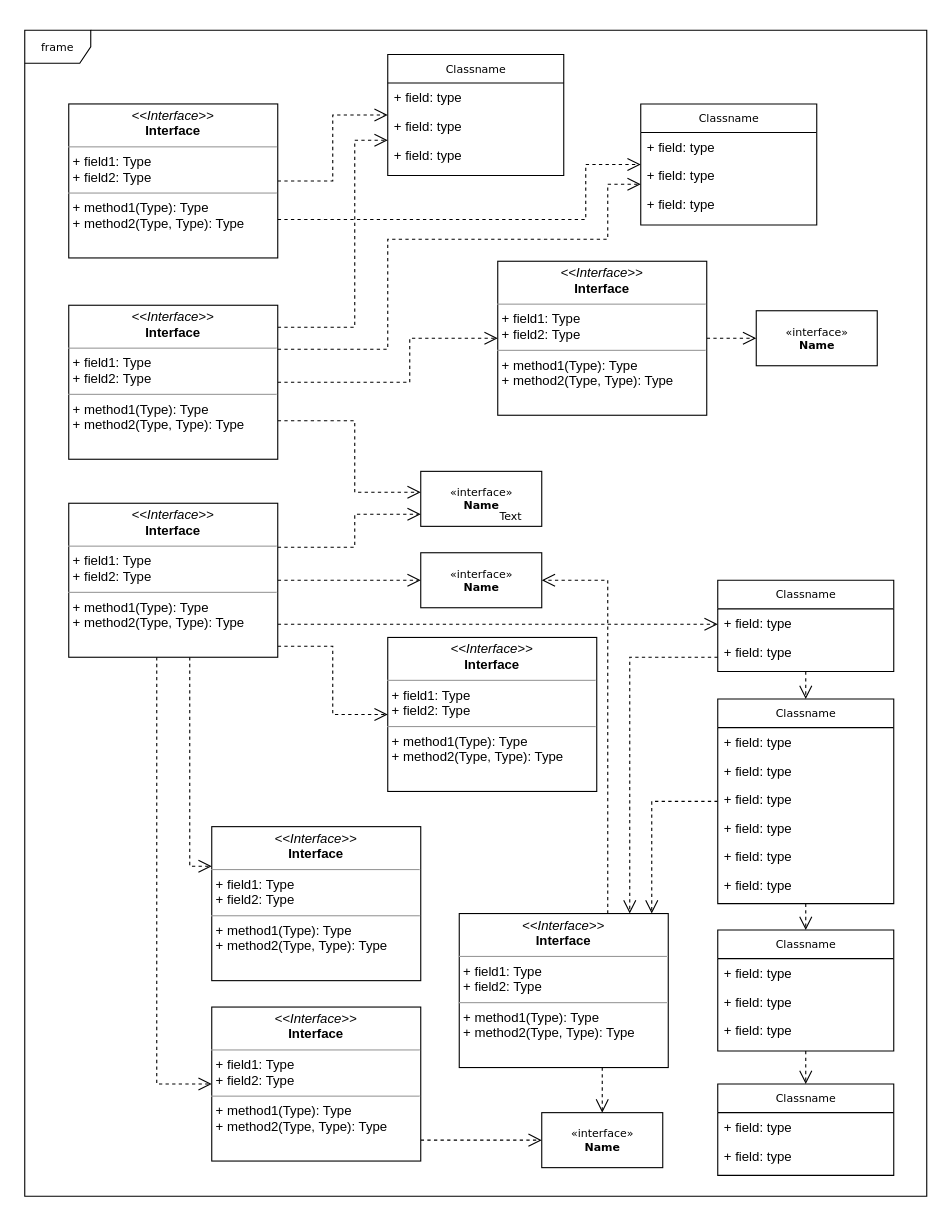
Earlier version of the draw.io diagram Untitled Diagram.drawio (MiFista01/aaa). Source tidied: cells renumbered, new cells numbered last; positions are measured from the earlier drawing's top-left corner, leaving out a move shared by most shapes. Both pictures are drawn from the tidied source at 110%, with x=0, y=0 at pixel (24, 30).
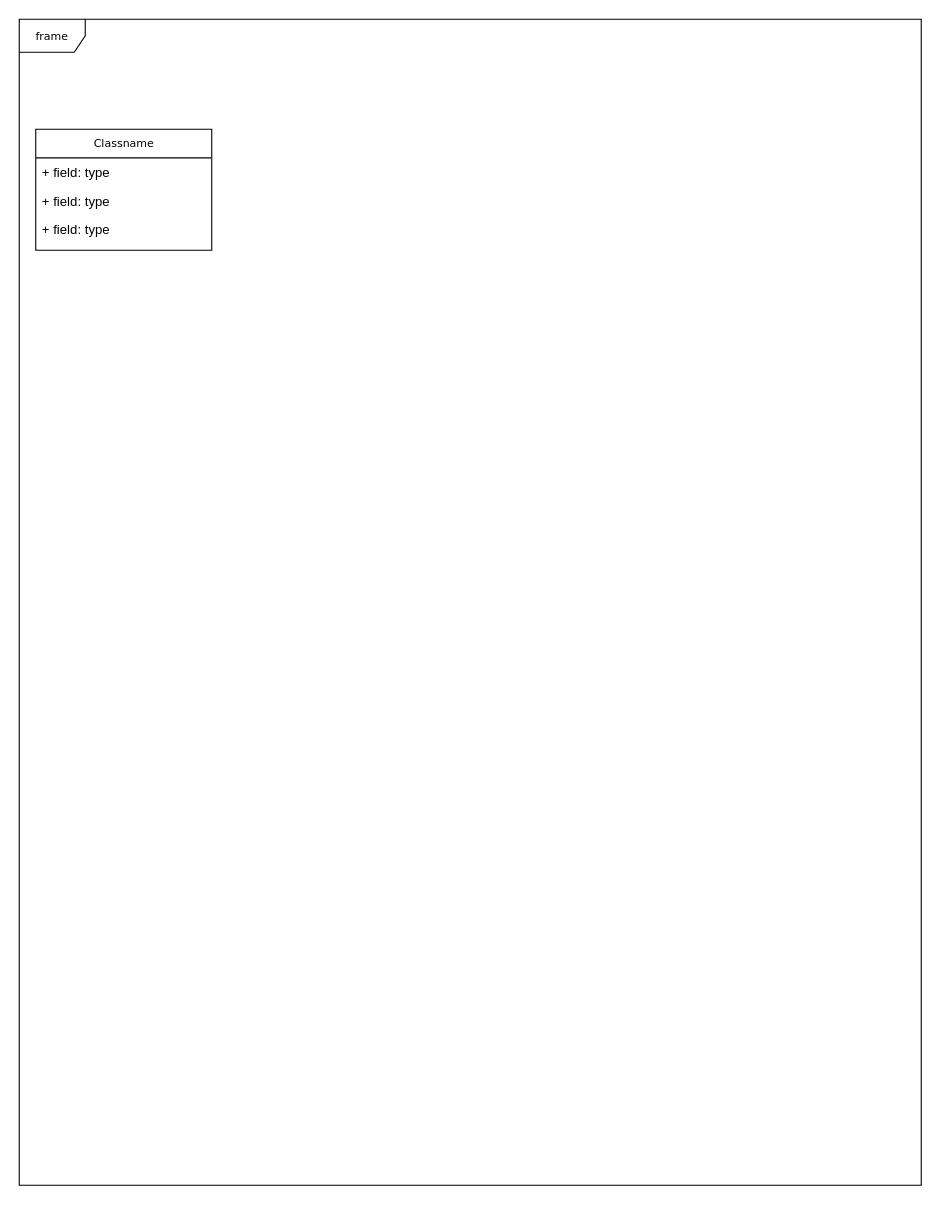
After the change.

Change to the diagram source:
```diff
@@
     <mxCell id="2" value="frame" style="shape=umlFrame;whiteSpace=wrap;html=1;rounded=0;shadow=0;comic=0;labelBackgroundColor=none;strokeWidth=1;fontFamily=Verdana;fontSize=10;align=center;" parent="1" vertex="1">
-      <mxGeometry width="820" height="1060" as="geometry" />
+      <mxGeometry x="-5" y="-10" width="820" height="1060" as="geometry" />
     </mxCell>
-    <mxCell id="3" style="edgeStyle=orthogonalEdgeStyle;rounded=0;html=1;dashed=1;labelBackgroundColor=none;startFill=0;endArrow=open;endFill=0;endSize=10;fontFamily=Verdana;fontSize=10;" parent="1" edge="1" source="5" target="35">
-      <mxGeometry relative="1" as="geometry">
-        <Array as="points">
-          <mxPoint x="570" y="701" />
-        </Array>
-      </mxGeometry>
-    </mxCell>
-    <mxCell id="4" style="edgeStyle=orthogonalEdgeStyle;rounded=0;html=1;dashed=1;labelBackgroundColor=none;startFill=0;endArrow=open;endFill=0;endSize=10;fontFamily=Verdana;fontSize=10;" parent="1" edge="1" source="5" target="24">
-      <mxGeometry relative="1" as="geometry" />
-    </mxCell>
-    <mxCell id="5" value="Classname" style="swimlane;html=1;fontStyle=0;horizontal=1;startSize=26;fillColor=none;swimlaneFillColor=#ffffff;rounded=0;shadow=0;comic=0;labelBackgroundColor=none;strokeWidth=1;fontFamily=Verdana;fontSize=10;align=center;" parent="1" vertex="1">
-      <mxGeometry x="630" y="608" width="160" height="186" as="geometry" />
-    </mxCell>
-    <mxCell id="6" value="+ field: type" style="text;html=1;strokeColor=none;fillColor=none;align=left;verticalAlign=top;spacingLeft=4;spacingRight=4;whiteSpace=wrap;overflow=hidden;" parent="5" vertex="1">
-      <mxGeometry y="26" width="160" height="26" as="geometry" />
-    </mxCell>
-    <mxCell id="7" value="+ field: type" style="text;html=1;strokeColor=none;fillColor=none;align=left;verticalAlign=top;spacingLeft=4;spacingRight=4;whiteSpace=wrap;overflow=hidden;" parent="5" vertex="1">
-      <mxGeometry y="52" width="160" height="26" as="geometry" />
-    </mxCell>
-    <mxCell id="8" value="+ field: type" style="text;html=1;strokeColor=none;fillColor=none;align=left;verticalAlign=top;spacingLeft=4;spacingRight=4;whiteSpace=wrap;overflow=hidden;" parent="5" vertex="1">
-      <mxGeometry y="78" width="160" height="26" as="geometry" />
-    </mxCell>
-    <mxCell id="9" value="+ field: type" style="text;html=1;strokeColor=none;fillColor=none;align=left;verticalAlign=top;spacingLeft=4;spacingRight=4;whiteSpace=wrap;overflow=hidden;" parent="5" vertex="1">
-      <mxGeometry y="104" width="160" height="26" as="geometry" />
-    </mxCell>
-    <mxCell id="10" value="+ field: type" style="text;html=1;strokeColor=none;fillColor=none;align=left;verticalAlign=top;spacingLeft=4;spacingRight=4;whiteSpace=wrap;overflow=hidden;" parent="5" vertex="1">
-      <mxGeometry y="130" width="160" height="26" as="geometry" />
-    </mxCell>
-    <mxCell id="11" value="+ field: type" style="text;html=1;strokeColor=none;fillColor=none;align=left;verticalAlign=top;spacingLeft=4;spacingRight=4;whiteSpace=wrap;overflow=hidden;" parent="5" vertex="1">
-      <mxGeometry y="156" width="160" height="26" as="geometry" />
-    </mxCell>
     <mxCell id="12" value="Classname" style="swimlane;html=1;fontStyle=0;horizontal=1;startSize=26;fillColor=none;swimlaneFillColor=#ffffff;rounded=0;shadow=0;comic=0;labelBackgroundColor=none;strokeWidth=1;fontFamily=Verdana;fontSize=10;align=center;" parent="1" vertex="1">
-      <mxGeometry x="330" y="22" width="160" height="110" as="geometry" />
+      <mxGeometry x="10" y="90" width="160" height="110" as="geometry" />
     </mxCell>
@@
-    <mxCell id="16" value="Classname" style="swimlane;html=1;fontStyle=0;horizontal=1;startSize=26;fillColor=none;swimlaneFillColor=#ffffff;rounded=0;shadow=0;comic=0;labelBackgroundColor=none;strokeWidth=1;fontFamily=Verdana;fontSize=10;align=center;" parent="1" vertex="1">
-      <mxGeometry x="560" y="67" width="160" height="110" as="geometry" />
-    </mxCell>
-    <mxCell id="17" value="+ field: type" style="text;html=1;strokeColor=none;fillColor=none;align=left;verticalAlign=top;spacingLeft=4;spacingRight=4;whiteSpace=wrap;overflow=hidden;" parent="16" vertex="1">
-      <mxGeometry y="26" width="160" height="26" as="geometry" />
-    </mxCell>
-    <mxCell id="18" value="+ field: type" style="text;html=1;strokeColor=none;fillColor=none;align=left;verticalAlign=top;spacingLeft=4;spacingRight=4;whiteSpace=wrap;overflow=hidden;" parent="16" vertex="1">
-      <mxGeometry y="52" width="160" height="26" as="geometry" />
-    </mxCell>
-    <mxCell id="19" value="+ field: type" style="text;html=1;strokeColor=none;fillColor=none;align=left;verticalAlign=top;spacingLeft=4;spacingRight=4;whiteSpace=wrap;overflow=hidden;" parent="16" vertex="1">
-      <mxGeometry y="78" width="160" height="26" as="geometry" />
-    </mxCell>
-    <mxCell id="20" value="Classname" style="swimlane;html=1;fontStyle=0;horizontal=1;startSize=26;fillColor=none;swimlaneFillColor=#ffffff;rounded=0;shadow=0;comic=0;labelBackgroundColor=none;strokeWidth=1;fontFamily=Verdana;fontSize=10;align=center;" parent="1" vertex="1">
-      <mxGeometry x="630" y="958" width="160" height="83" as="geometry" />
-    </mxCell>
-    <mxCell id="21" value="+ field: type" style="text;html=1;strokeColor=none;fillColor=none;align=left;verticalAlign=top;spacingLeft=4;spacingRight=4;whiteSpace=wrap;overflow=hidden;" parent="20" vertex="1">
-      <mxGeometry y="26" width="160" height="26" as="geometry" />
-    </mxCell>
-    <mxCell id="22" value="+ field: type" style="text;html=1;strokeColor=none;fillColor=none;align=left;verticalAlign=top;spacingLeft=4;spacingRight=4;whiteSpace=wrap;overflow=hidden;" parent="20" vertex="1">
-      <mxGeometry y="52" width="160" height="26" as="geometry" />
-    </mxCell>
-    <mxCell id="23" style="edgeStyle=orthogonalEdgeStyle;rounded=0;html=1;dashed=1;labelBackgroundColor=none;startFill=0;endArrow=open;endFill=0;endSize=10;fontFamily=Verdana;fontSize=10;" parent="1" edge="1" source="24" target="20">
-      <mxGeometry relative="1" as="geometry" />
-    </mxCell>
-    <mxCell id="24" value="Classname" style="swimlane;html=1;fontStyle=0;horizontal=1;startSize=26;fillColor=none;swimlaneFillColor=#ffffff;rounded=0;shadow=0;comic=0;labelBackgroundColor=none;strokeWidth=1;fontFamily=Verdana;fontSize=10;align=center;" parent="1" vertex="1">
-      <mxGeometry x="630" y="818" width="160" height="110" as="geometry" />
-    </mxCell>
-    <mxCell id="25" value="+ field: type" style="text;html=1;strokeColor=none;fillColor=none;align=left;verticalAlign=top;spacingLeft=4;spacingRight=4;whiteSpace=wrap;overflow=hidden;" parent="24" vertex="1">
-      <mxGeometry y="26" width="160" height="26" as="geometry" />
-    </mxCell>
-    <mxCell id="26" value="+ field: type" style="text;html=1;strokeColor=none;fillColor=none;align=left;verticalAlign=top;spacingLeft=4;spacingRight=4;whiteSpace=wrap;overflow=hidden;" parent="24" vertex="1">
-      <mxGeometry y="52" width="160" height="26" as="geometry" />
-    </mxCell>
-    <mxCell id="27" value="+ field: type" style="text;html=1;strokeColor=none;fillColor=none;align=left;verticalAlign=top;spacingLeft=4;spacingRight=4;whiteSpace=wrap;overflow=hidden;" parent="24" vertex="1">
-      <mxGeometry y="78" width="160" height="26" as="geometry" />
-    </mxCell>
-    <mxCell id="28" style="edgeStyle=orthogonalEdgeStyle;rounded=0;html=1;dashed=1;labelBackgroundColor=none;startFill=0;endArrow=open;endFill=0;endSize=10;fontFamily=Verdana;fontSize=10;" parent="1" edge="1" source="29" target="5">
-      <mxGeometry relative="1" as="geometry" />
-    </mxCell>
-    <mxCell id="29" value="Classname" style="swimlane;html=1;fontStyle=0;horizontal=1;startSize=26;fillColor=none;swimlaneFillColor=#ffffff;rounded=0;shadow=0;comic=0;labelBackgroundColor=none;strokeWidth=1;fontFamily=Verdana;fontSize=10;align=center;" parent="1" vertex="1">
-      <mxGeometry x="630" y="500" width="160" height="83" as="geometry" />
-    </mxCell>
-    <mxCell id="30" value="+ field: type" style="text;html=1;strokeColor=none;fillColor=none;align=left;verticalAlign=top;spacingLeft=4;spacingRight=4;whiteSpace=wrap;overflow=hidden;" parent="29" vertex="1">
-      <mxGeometry y="26" width="160" height="26" as="geometry" />
-    </mxCell>
-    <mxCell id="31" value="+ field: type" style="text;html=1;strokeColor=none;fillColor=none;align=left;verticalAlign=top;spacingLeft=4;spacingRight=4;whiteSpace=wrap;overflow=hidden;" parent="29" vertex="1">
-      <mxGeometry y="52" width="160" height="26" as="geometry" />
-    </mxCell>
-    <mxCell id="32" value="&amp;laquo;interface&amp;raquo;&lt;br&gt;&lt;b&gt;Name&lt;/b&gt;" style="html=1;rounded=0;shadow=0;comic=0;labelBackgroundColor=none;strokeWidth=1;fontFamily=Verdana;fontSize=10;align=center;" parent="1" vertex="1">
-      <mxGeometry x="470" y="984" width="110" height="50" as="geometry" />
-    </mxCell>
-    <mxCell id="33" style="edgeStyle=orthogonalEdgeStyle;rounded=0;html=1;dashed=1;labelBackgroundColor=none;startFill=0;endArrow=open;endFill=0;endSize=10;fontFamily=Verdana;fontSize=10;" parent="1" edge="1" source="35" target="32">
-      <mxGeometry relative="1" as="geometry">
-        <Array as="points">
-          <mxPoint x="525" y="950" />
-          <mxPoint x="525" y="950" />
-        </Array>
-      </mxGeometry>
-    </mxCell>
-    <mxCell id="34" style="edgeStyle=orthogonalEdgeStyle;rounded=0;html=1;dashed=1;labelBackgroundColor=none;startFill=0;endArrow=open;endFill=0;endSize=10;fontFamily=Verdana;fontSize=10;" parent="1" edge="1" source="35" target="40">
-      <mxGeometry relative="1" as="geometry">
-        <Array as="points">
-          <mxPoint x="530" y="500" />
-        </Array>
-      </mxGeometry>
-    </mxCell>
-    <mxCell id="35" value="&lt;p style=&quot;margin:0px;margin-top:4px;text-align:center;&quot;&gt;&lt;i&gt;&amp;lt;&amp;lt;Interface&amp;gt;&amp;gt;&lt;/i&gt;&lt;br/&gt;&lt;b&gt;Interface&lt;/b&gt;&lt;/p&gt;&lt;hr size=&quot;1&quot;/&gt;&lt;p style=&quot;margin:0px;margin-left:4px;&quot;&gt;+ field1: Type&lt;br/&gt;+ field2: Type&lt;/p&gt;&lt;hr size=&quot;1&quot;/&gt;&lt;p style=&quot;margin:0px;margin-left:4px;&quot;&gt;+ method1(Type): Type&lt;br/&gt;+ method2(Type, Type): Type&lt;/p&gt;" style="verticalAlign=top;align=left;overflow=fill;fontSize=12;fontFamily=Helvetica;html=1;rounded=0;shadow=0;comic=0;labelBackgroundColor=none;strokeWidth=1;" parent="1" vertex="1">
-      <mxGeometry x="395" y="803" width="190" height="140" as="geometry" />
-    </mxCell>
-    <mxCell id="36" value="&lt;p style=&quot;margin:0px;margin-top:4px;text-align:center;&quot;&gt;&lt;i&gt;&amp;lt;&amp;lt;Interface&amp;gt;&amp;gt;&lt;/i&gt;&lt;br/&gt;&lt;b&gt;Interface&lt;/b&gt;&lt;/p&gt;&lt;hr size=&quot;1&quot;/&gt;&lt;p style=&quot;margin:0px;margin-left:4px;&quot;&gt;+ field1: Type&lt;br/&gt;+ field2: Type&lt;/p&gt;&lt;hr size=&quot;1&quot;/&gt;&lt;p style=&quot;margin:0px;margin-left:4px;&quot;&gt;+ method1(Type): Type&lt;br/&gt;+ method2(Type, Type): Type&lt;/p&gt;" style="verticalAlign=top;align=left;overflow=fill;fontSize=12;fontFamily=Helvetica;html=1;rounded=0;shadow=0;comic=0;labelBackgroundColor=none;strokeWidth=1;" parent="1" vertex="1">
-      <mxGeometry x="330" y="552" width="190" height="140" as="geometry" />
-    </mxCell>
-    <mxCell id="37" style="edgeStyle=orthogonalEdgeStyle;rounded=0;html=1;dashed=1;labelBackgroundColor=none;startFill=0;endArrow=open;endFill=0;endSize=10;fontFamily=Verdana;fontSize=10;" parent="1" edge="1" source="38" target="32">
-      <mxGeometry relative="1" as="geometry">
-        <Array as="points">
-          <mxPoint x="390" y="1009" />
-          <mxPoint x="390" y="1009" />
-        </Array>
-      </mxGeometry>
-    </mxCell>
-    <mxCell id="38" value="&lt;p style=&quot;margin:0px;margin-top:4px;text-align:center;&quot;&gt;&lt;i&gt;&amp;lt;&amp;lt;Interface&amp;gt;&amp;gt;&lt;/i&gt;&lt;br/&gt;&lt;b&gt;Interface&lt;/b&gt;&lt;/p&gt;&lt;hr size=&quot;1&quot;/&gt;&lt;p style=&quot;margin:0px;margin-left:4px;&quot;&gt;+ field1: Type&lt;br/&gt;+ field2: Type&lt;/p&gt;&lt;hr size=&quot;1&quot;/&gt;&lt;p style=&quot;margin:0px;margin-left:4px;&quot;&gt;+ method1(Type): Type&lt;br/&gt;+ method2(Type, Type): Type&lt;/p&gt;" style="verticalAlign=top;align=left;overflow=fill;fontSize=12;fontFamily=Helvetica;html=1;rounded=0;shadow=0;comic=0;labelBackgroundColor=none;strokeWidth=1;" parent="1" vertex="1">
-      <mxGeometry x="170" y="888" width="190" height="140" as="geometry" />
-    </mxCell>
-    <mxCell id="39" value="&lt;p style=&quot;margin:0px;margin-top:4px;text-align:center;&quot;&gt;&lt;i&gt;&amp;lt;&amp;lt;Interface&amp;gt;&amp;gt;&lt;/i&gt;&lt;br/&gt;&lt;b&gt;Interface&lt;/b&gt;&lt;/p&gt;&lt;hr size=&quot;1&quot;/&gt;&lt;p style=&quot;margin:0px;margin-left:4px;&quot;&gt;+ field1: Type&lt;br/&gt;+ field2: Type&lt;/p&gt;&lt;hr size=&quot;1&quot;/&gt;&lt;p style=&quot;margin:0px;margin-left:4px;&quot;&gt;+ method1(Type): Type&lt;br/&gt;+ method2(Type, Type): Type&lt;/p&gt;" style="verticalAlign=top;align=left;overflow=fill;fontSize=12;fontFamily=Helvetica;html=1;rounded=0;shadow=0;comic=0;labelBackgroundColor=none;strokeWidth=1;" parent="1" vertex="1">
-      <mxGeometry x="170" y="724" width="190" height="140" as="geometry" />
-    </mxCell>
-    <mxCell id="40" value="&amp;laquo;interface&amp;raquo;&lt;br&gt;&lt;b&gt;Name&lt;/b&gt;" style="html=1;rounded=0;shadow=0;comic=0;labelBackgroundColor=none;strokeWidth=1;fontFamily=Verdana;fontSize=10;align=center;" parent="1" vertex="1">
-      <mxGeometry x="360" y="475" width="110" height="50" as="geometry" />
-    </mxCell>
-    <mxCell id="41" value="&amp;laquo;interface&amp;raquo;&lt;br&gt;&lt;b&gt;Name&lt;/b&gt;" style="html=1;rounded=0;shadow=0;comic=0;labelBackgroundColor=none;strokeWidth=1;fontFamily=Verdana;fontSize=10;align=center;" parent="1" vertex="1">
-      <mxGeometry x="360" y="401" width="110" height="50" as="geometry" />
-    </mxCell>
-    <mxCell id="42" style="edgeStyle=orthogonalEdgeStyle;rounded=0;html=1;dashed=1;labelBackgroundColor=none;startFill=0;endArrow=open;endFill=0;endSize=10;fontFamily=Verdana;fontSize=10;" parent="1" edge="1" source="43" target="45">
-      <mxGeometry relative="1" as="geometry" />
-    </mxCell>
-    <mxCell id="43" value="&lt;p style=&quot;margin:0px;margin-top:4px;text-align:center;&quot;&gt;&lt;i&gt;&amp;lt;&amp;lt;Interface&amp;gt;&amp;gt;&lt;/i&gt;&lt;br/&gt;&lt;b&gt;Interface&lt;/b&gt;&lt;/p&gt;&lt;hr size=&quot;1&quot;/&gt;&lt;p style=&quot;margin:0px;margin-left:4px;&quot;&gt;+ field1: Type&lt;br/&gt;+ field2: Type&lt;/p&gt;&lt;hr size=&quot;1&quot;/&gt;&lt;p style=&quot;margin:0px;margin-left:4px;&quot;&gt;+ method1(Type): Type&lt;br/&gt;+ method2(Type, Type): Type&lt;/p&gt;" style="verticalAlign=top;align=left;overflow=fill;fontSize=12;fontFamily=Helvetica;html=1;rounded=0;shadow=0;comic=0;labelBackgroundColor=none;strokeWidth=1;" parent="1" vertex="1">
-      <mxGeometry x="430" y="210" width="190" height="140" as="geometry" />
-    </mxCell>
-    <mxCell id="44" value="Text" style="text;html=1;align=left;verticalAlign=top;spacingTop=-4;fontSize=10;fontFamily=Verdana;fontColor=#000000;" parent="1" vertex="1">
-      <mxGeometry x="430" y="434" width="40" height="10" as="geometry" />
-    </mxCell>
-    <mxCell id="45" value="&amp;laquo;interface&amp;raquo;&lt;br&gt;&lt;b&gt;Name&lt;/b&gt;" style="html=1;rounded=0;shadow=0;comic=0;labelBackgroundColor=none;strokeWidth=1;fontFamily=Verdana;fontSize=10;align=center;" parent="1" vertex="1">
-      <mxGeometry x="665" y="255" width="110" height="50" as="geometry" />
-    </mxCell>
-    <mxCell id="46" style="edgeStyle=orthogonalEdgeStyle;rounded=0;html=1;labelBackgroundColor=none;startFill=0;endArrow=open;endFill=0;endSize=10;fontFamily=Verdana;fontSize=10;dashed=1;" parent="1" edge="1" source="48" target="12">
-      <mxGeometry relative="1" as="geometry" />
-    </mxCell>
-    <mxCell id="47" style="edgeStyle=orthogonalEdgeStyle;rounded=0;html=1;exitX=1;exitY=0.75;dashed=1;labelBackgroundColor=none;startFill=0;endArrow=open;endFill=0;endSize=10;fontFamily=Verdana;fontSize=10;" parent="1" edge="1" source="48" target="16">
-      <mxGeometry relative="1" as="geometry">
-        <Array as="points">
-          <mxPoint x="510" y="172" />
-          <mxPoint x="510" y="122" />
-        </Array>
-      </mxGeometry>
-    </mxCell>
-    <mxCell id="48" value="&lt;p style=&quot;margin:0px;margin-top:4px;text-align:center;&quot;&gt;&lt;i&gt;&amp;lt;&amp;lt;Interface&amp;gt;&amp;gt;&lt;/i&gt;&lt;br/&gt;&lt;b&gt;Interface&lt;/b&gt;&lt;/p&gt;&lt;hr size=&quot;1&quot;/&gt;&lt;p style=&quot;margin:0px;margin-left:4px;&quot;&gt;+ field1: Type&lt;br/&gt;+ field2: Type&lt;/p&gt;&lt;hr size=&quot;1&quot;/&gt;&lt;p style=&quot;margin:0px;margin-left:4px;&quot;&gt;+ method1(Type): Type&lt;br/&gt;+ method2(Type, Type): Type&lt;/p&gt;" style="verticalAlign=top;align=left;overflow=fill;fontSize=12;fontFamily=Helvetica;html=1;rounded=0;shadow=0;comic=0;labelBackgroundColor=none;strokeWidth=1;" parent="1" vertex="1">
-      <mxGeometry x="40" y="67" width="190" height="140" as="geometry" />
-    </mxCell>
-    <mxCell id="49" style="edgeStyle=orthogonalEdgeStyle;rounded=0;html=1;dashed=1;labelBackgroundColor=none;startFill=0;endArrow=open;endFill=0;endSize=10;fontFamily=Verdana;fontSize=10;" parent="1" edge="1" source="53" target="12">
-      <mxGeometry relative="1" as="geometry">
-        <Array as="points">
-          <mxPoint x="300" y="270" />
-          <mxPoint x="300" y="100" />
-        </Array>
-      </mxGeometry>
-    </mxCell>
-    <mxCell id="50" style="edgeStyle=orthogonalEdgeStyle;rounded=0;html=1;dashed=1;labelBackgroundColor=none;startFill=0;endArrow=open;endFill=0;endSize=10;fontFamily=Verdana;fontSize=10;" parent="1" edge="1" source="53" target="16">
-      <mxGeometry relative="1" as="geometry">
-        <Array as="points">
-          <mxPoint x="330" y="290" />
-          <mxPoint x="330" y="190" />
-          <mxPoint x="530" y="190" />
-          <mxPoint x="530" y="140" />
-        </Array>
-      </mxGeometry>
-    </mxCell>
-    <mxCell id="51" style="edgeStyle=orthogonalEdgeStyle;rounded=0;html=1;dashed=1;labelBackgroundColor=none;startFill=0;endArrow=open;endFill=0;endSize=10;fontFamily=Verdana;fontSize=10;" parent="1" edge="1" source="53" target="43">
-      <mxGeometry relative="1" as="geometry">
-        <Array as="points">
-          <mxPoint x="350" y="320" />
-          <mxPoint x="350" y="280" />
-        </Array>
-      </mxGeometry>
-    </mxCell>
-    <mxCell id="52" style="edgeStyle=orthogonalEdgeStyle;rounded=0;html=1;exitX=1;exitY=0.75;dashed=1;labelBackgroundColor=none;startFill=0;endArrow=open;endFill=0;endSize=10;fontFamily=Verdana;fontSize=10;" parent="1" edge="1" source="53" target="41">
-      <mxGeometry relative="1" as="geometry">
-        <Array as="points">
-          <mxPoint x="300" y="355" />
-          <mxPoint x="300" y="420" />
-        </Array>
-      </mxGeometry>
-    </mxCell>
-    <mxCell id="53" value="&lt;p style=&quot;margin:0px;margin-top:4px;text-align:center;&quot;&gt;&lt;i&gt;&amp;lt;&amp;lt;Interface&amp;gt;&amp;gt;&lt;/i&gt;&lt;br/&gt;&lt;b&gt;Interface&lt;/b&gt;&lt;/p&gt;&lt;hr size=&quot;1&quot;/&gt;&lt;p style=&quot;margin:0px;margin-left:4px;&quot;&gt;+ field1: Type&lt;br/&gt;+ field2: Type&lt;/p&gt;&lt;hr size=&quot;1&quot;/&gt;&lt;p style=&quot;margin:0px;margin-left:4px;&quot;&gt;+ method1(Type): Type&lt;br/&gt;+ method2(Type, Type): Type&lt;/p&gt;" style="verticalAlign=top;align=left;overflow=fill;fontSize=12;fontFamily=Helvetica;html=1;rounded=0;shadow=0;comic=0;labelBackgroundColor=none;strokeWidth=1;" parent="1" vertex="1">
-      <mxGeometry x="40" y="250" width="190" height="140" as="geometry" />
-    </mxCell>
-    <mxCell id="54" style="edgeStyle=orthogonalEdgeStyle;rounded=0;html=1;dashed=1;labelBackgroundColor=none;startFill=0;endArrow=open;endFill=0;endSize=10;fontFamily=Verdana;fontSize=10;" parent="1" edge="1" source="60" target="41">
-      <mxGeometry relative="1" as="geometry">
-        <Array as="points">
-          <mxPoint x="300" y="470" />
-          <mxPoint x="300" y="440" />
-        </Array>
-      </mxGeometry>
-    </mxCell>
-    <mxCell id="55" style="edgeStyle=orthogonalEdgeStyle;rounded=0;html=1;dashed=1;labelBackgroundColor=none;startFill=0;endArrow=open;endFill=0;endSize=10;fontFamily=Verdana;fontSize=10;" parent="1" edge="1" source="60" target="40">
-      <mxGeometry relative="1" as="geometry" />
-    </mxCell>
-    <mxCell id="56" style="edgeStyle=orthogonalEdgeStyle;rounded=0;html=1;dashed=1;labelBackgroundColor=none;startFill=0;endArrow=open;endFill=0;endSize=10;fontFamily=Verdana;fontSize=10;" parent="1" edge="1" source="60" target="36">
-      <mxGeometry relative="1" as="geometry">
-        <Array as="points">
-          <mxPoint x="280" y="560" />
-          <mxPoint x="280" y="622" />
-        </Array>
-      </mxGeometry>
-    </mxCell>
-    <mxCell id="57" style="edgeStyle=orthogonalEdgeStyle;rounded=0;html=1;dashed=1;labelBackgroundColor=none;startFill=0;endArrow=open;endFill=0;endSize=10;fontFamily=Verdana;fontSize=10;" parent="1" edge="1" source="60" target="29">
-      <mxGeometry relative="1" as="geometry">
-        <Array as="points">
-          <mxPoint x="330" y="540" />
-          <mxPoint x="330" y="540" />
-        </Array>
-      </mxGeometry>
-    </mxCell>
-    <mxCell id="58" style="edgeStyle=orthogonalEdgeStyle;rounded=0;html=1;dashed=1;labelBackgroundColor=none;startFill=0;endArrow=open;endFill=0;endSize=10;fontFamily=Verdana;fontSize=10;" parent="1" edge="1" source="60" target="39">
-      <mxGeometry relative="1" as="geometry">
-        <Array as="points">
-          <mxPoint x="150" y="760" />
-        </Array>
-      </mxGeometry>
-    </mxCell>
-    <mxCell id="59" style="edgeStyle=orthogonalEdgeStyle;rounded=0;html=1;dashed=1;labelBackgroundColor=none;startFill=0;endArrow=open;endFill=0;endSize=10;fontFamily=Verdana;fontSize=10;" parent="1" edge="1" source="60" target="38">
-      <mxGeometry relative="1" as="geometry">
-        <Array as="points">
-          <mxPoint x="120" y="958" />
-        </Array>
-      </mxGeometry>
-    </mxCell>
-    <mxCell id="60" value="&lt;p style=&quot;margin:0px;margin-top:4px;text-align:center;&quot;&gt;&lt;i&gt;&amp;lt;&amp;lt;Interface&amp;gt;&amp;gt;&lt;/i&gt;&lt;br/&gt;&lt;b&gt;Interface&lt;/b&gt;&lt;/p&gt;&lt;hr size=&quot;1&quot;/&gt;&lt;p style=&quot;margin:0px;margin-left:4px;&quot;&gt;+ field1: Type&lt;br/&gt;+ field2: Type&lt;/p&gt;&lt;hr size=&quot;1&quot;/&gt;&lt;p style=&quot;margin:0px;margin-left:4px;&quot;&gt;+ method1(Type): Type&lt;br/&gt;+ method2(Type, Type): Type&lt;/p&gt;" style="verticalAlign=top;align=left;overflow=fill;fontSize=12;fontFamily=Helvetica;html=1;rounded=0;shadow=0;comic=0;labelBackgroundColor=none;strokeWidth=1;" parent="1" vertex="1">
-      <mxGeometry x="40" y="430" width="190" height="140" as="geometry" />
-    </mxCell>
-    <mxCell id="61" style="edgeStyle=orthogonalEdgeStyle;rounded=0;html=1;dashed=1;labelBackgroundColor=none;startFill=0;endArrow=open;endFill=0;endSize=10;fontFamily=Verdana;fontSize=10;" parent="1" edge="1" source="29" target="35">
-      <mxGeometry relative="1" as="geometry">
-        <Array as="points">
-          <mxPoint x="550" y="570" />
-        </Array>
-      </mxGeometry>
-    </mxCell>
```
